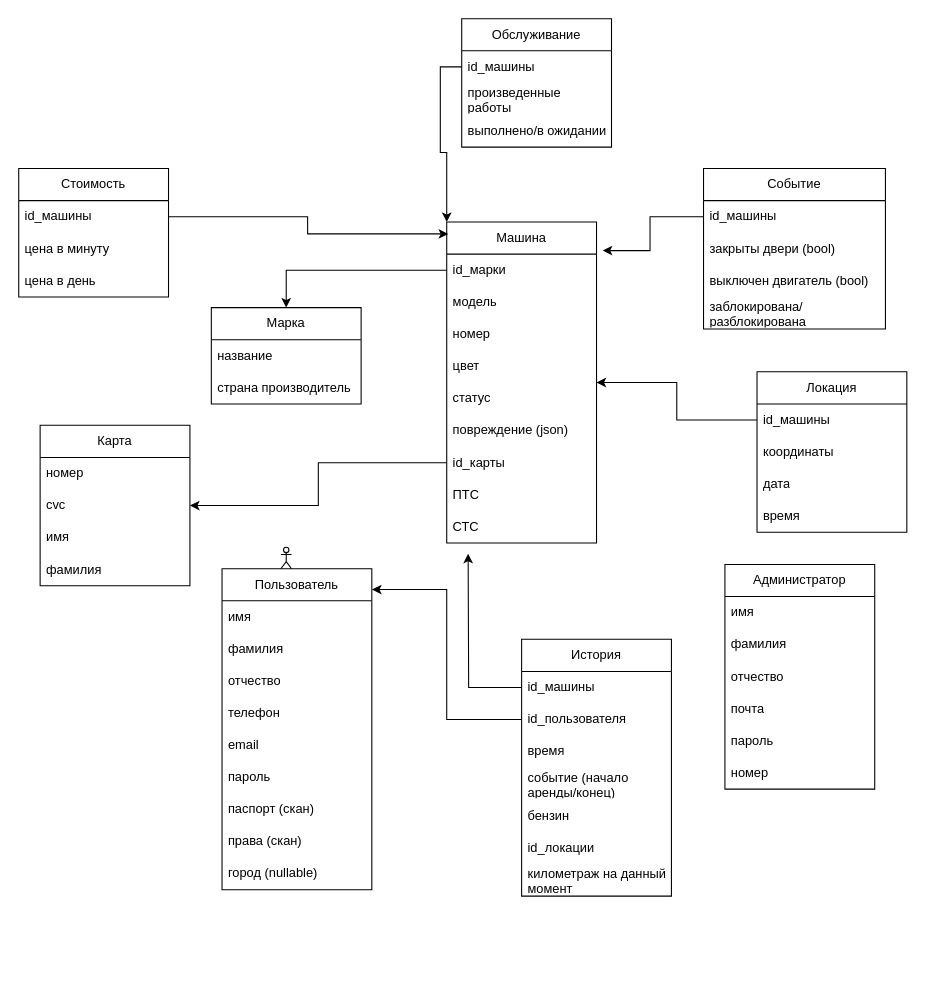
maRktutuzhe/car-sharing keeps this draw.io diagram as car_sharing.drawio. Above is the earlier version. Source tidied: cells renumbered, new cells numbered last; positions are measured from the earlier drawing's top-left corner, leaving out a move shared by most shapes. Both pictures are drawn from the tidied source at 107%, with x=0, y=0 at pixel (18, 18).
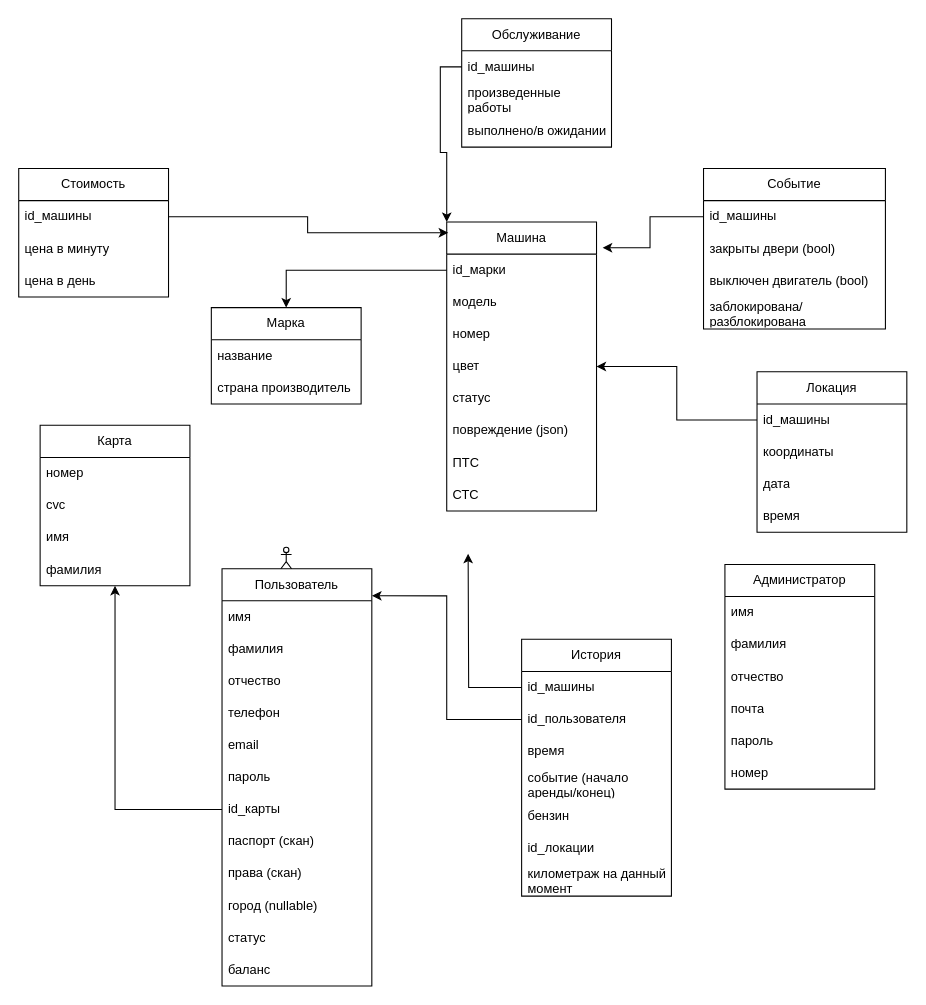
Above is the later version.

The edit, as a diff of the source:
```diff
@@
     <mxCell id="5" value="Машина" style="swimlane;fontStyle=0;horizontal=1;startSize=30;whiteSpace=wrap;html=1;" parent="1" vertex="1">
-      <mxGeometry x="400" y="190" width="140" height="300" as="geometry" />
+      <mxGeometry x="400" y="190" width="140" height="270" as="geometry" />
     </mxCell>
@@
-    <mxCell id="12" value="id_карты" style="text;strokeColor=none;fillColor=none;align=left;verticalAlign=middle;spacingLeft=4;spacingRight=4;overflow=hidden;points=[[0,0.5],[1,0.5]];portConstraint=eastwest;whiteSpace=wrap;html=1;" parent="5" vertex="1">
-      <mxGeometry y="210" width="140" height="30" as="geometry" />
-    </mxCell>
     <mxCell id="13" value="ПТС" style="text;strokeColor=none;fillColor=none;align=left;verticalAlign=middle;spacingLeft=4;spacingRight=4;overflow=hidden;whiteSpace=wrap;html=1;" parent="5" vertex="1">
-      <mxGeometry y="240" width="140" height="30" as="geometry" />
+      <mxGeometry y="210" width="140" height="30" as="geometry" />
     </mxCell>
     <mxCell id="14" value="СТС" style="text;strokeColor=none;fillColor=none;align=left;verticalAlign=middle;spacingLeft=4;spacingRight=4;overflow=hidden;whiteSpace=wrap;html=1;" parent="5" vertex="1">
-      <mxGeometry y="270" width="140" height="30" as="geometry" />
+      <mxGeometry y="240" width="140" height="30" as="geometry" />
     </mxCell>
@@
     <mxCell id="16" value="Пользователь" style="swimlane;fontStyle=0;horizontal=1;startSize=30;whiteSpace=wrap;html=1;" parent="1" vertex="1">
-      <mxGeometry x="190" y="514" width="140" height="300" as="geometry" />
+      <mxGeometry x="190" y="514" width="140" height="390" as="geometry" />
     </mxCell>
@@
+    <mxCell id="12" value="id_карты" style="text;strokeColor=none;fillColor=none;align=left;verticalAlign=middle;spacingLeft=4;spacingRight=4;overflow=hidden;points=[[0,0.5],[1,0.5]];portConstraint=eastwest;whiteSpace=wrap;html=1;" parent="16" vertex="1">
+      <mxGeometry y="210" width="140" height="30" as="geometry" />
+    </mxCell>
     <mxCell id="23" value="паспорт (скан)" style="text;strokeColor=none;fillColor=none;align=left;verticalAlign=middle;spacingLeft=4;spacingRight=4;overflow=hidden;whiteSpace=wrap;html=1;" parent="16" vertex="1">
-      <mxGeometry y="210" width="140" height="30" as="geometry" />
+      <mxGeometry y="240" width="140" height="30" as="geometry" />
     </mxCell>
     <mxCell id="24" value="права (скан)" style="text;strokeColor=none;fillColor=none;align=left;verticalAlign=middle;spacingLeft=4;spacingRight=4;overflow=hidden;whiteSpace=wrap;html=1;" parent="16" vertex="1">
-      <mxGeometry y="240" width="140" height="30" as="geometry" />
+      <mxGeometry y="270" width="140" height="30" as="geometry" />
     </mxCell>
     <mxCell id="25" value="город (nullable)" style="text;strokeColor=none;fillColor=none;align=left;verticalAlign=middle;spacingLeft=4;spacingRight=4;overflow=hidden;whiteSpace=wrap;html=1;" parent="16" vertex="1">
-      <mxGeometry y="270" width="140" height="30" as="geometry" />
+      <mxGeometry y="300" width="140" height="30" as="geometry" />
     </mxCell>
+    <mxCell id="72" value="статус" style="text;strokeColor=none;fillColor=none;align=left;verticalAlign=middle;spacingLeft=4;spacingRight=4;overflow=hidden;whiteSpace=wrap;html=1;" parent="16" vertex="1">
+      <mxGeometry y="330" width="140" height="30" as="geometry" />
+    </mxCell>
+    <mxCell id="73" value="баланс" style="text;strokeColor=none;fillColor=none;align=left;verticalAlign=middle;spacingLeft=4;spacingRight=4;overflow=hidden;whiteSpace=wrap;html=1;" parent="16" vertex="1">
+      <mxGeometry y="360" width="140" height="30" as="geometry" />
+    </mxCell>
```
